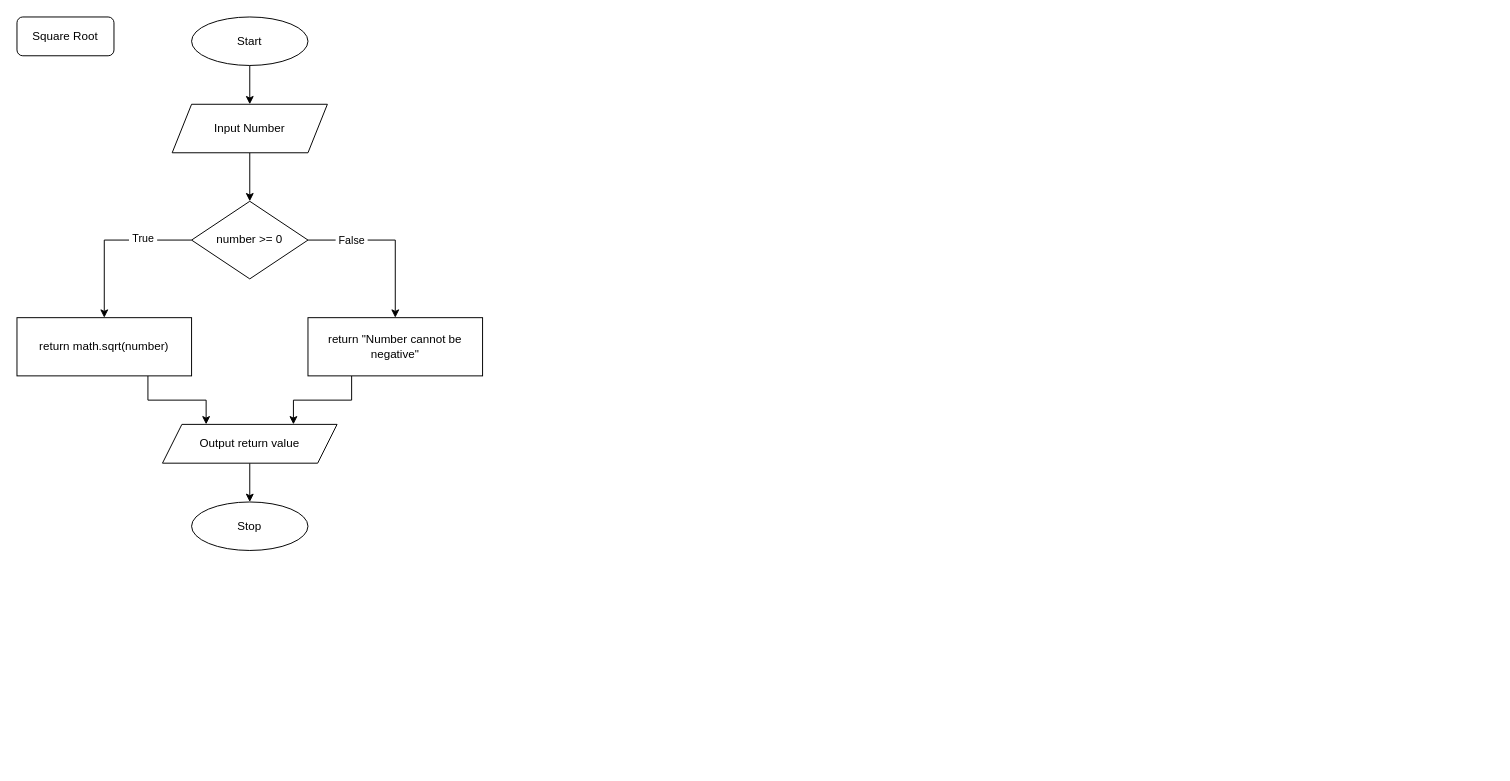
Above: flowcharts.drawio in abobymotaki/uncharted (draw.io), before the change. Source tidied: cells renumbered, new cells numbered last; positions are measured from the earlier drawing's top-left corner, leaving out a move shared by most shapes. Both pictures are drawn from the tidied source at 97%, with x=0, y=0 at pixel (16, 16).
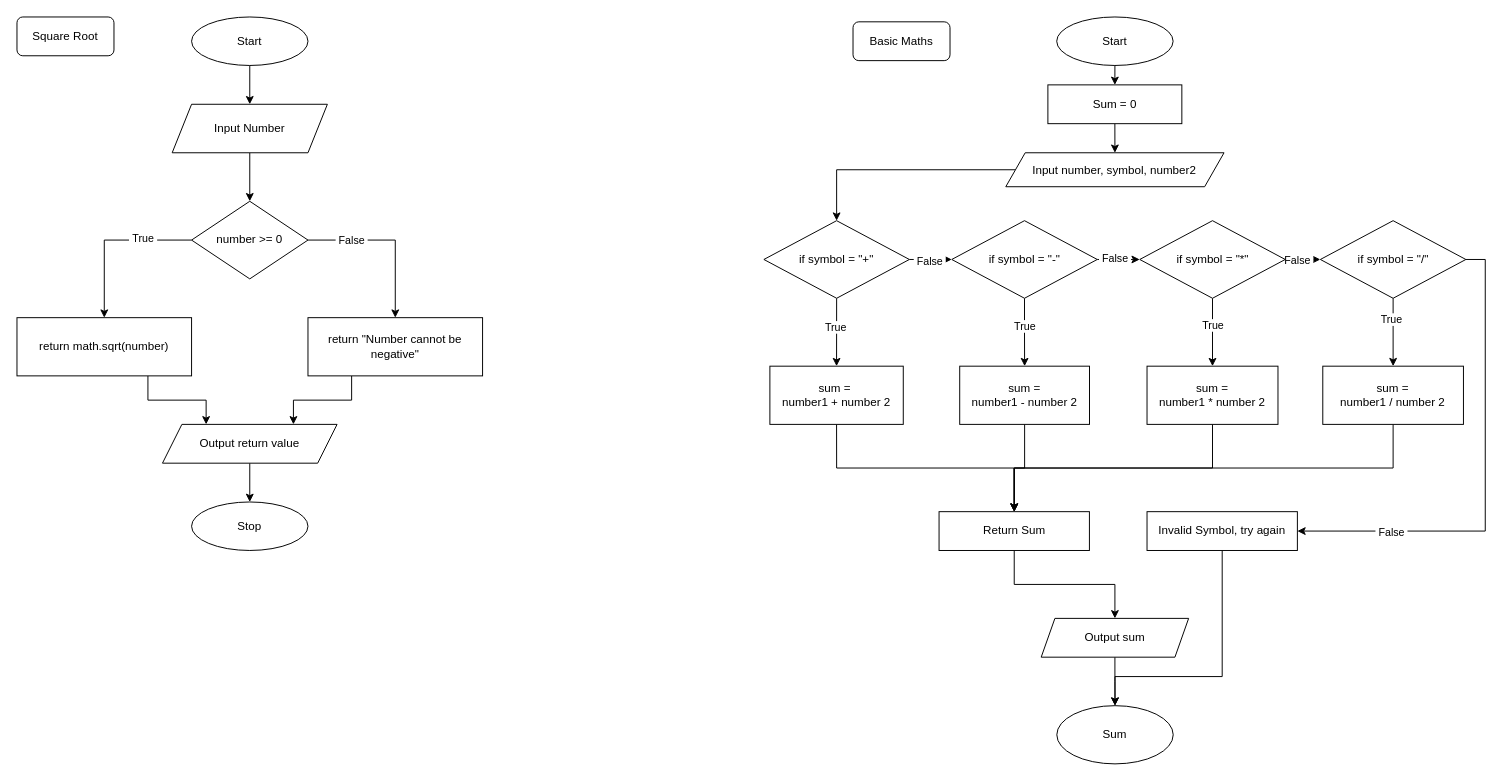
The same diagram, later.

The edit, as a diff of the source:
```diff
@@
+    <mxCell id="19" style="edgeStyle=orthogonalEdgeStyle;rounded=0;jettySize=auto;html=1;exitX=0.5;exitY=1;exitDx=0;exitDy=0;entryX=0.5;entryY=0;entryDx=0;entryDy=0;" parent="1" edge="1" source="20" target="49">
+      <mxGeometry relative="1" as="geometry" />
+    </mxCell>
+    <mxCell id="20" value="Start" style="ellipse;whiteSpace=wrap;html=1;" parent="1" vertex="1">
+      <mxGeometry x="1071.9" width="120" height="50" as="geometry" />
+    </mxCell>
+    <mxCell id="21" value="Basic Maths" style="rounded=1;whiteSpace=wrap;html=1;" parent="1" vertex="1">
+      <mxGeometry x="861.9" y="5" width="100" height="40" as="geometry" />
+    </mxCell>
+    <mxCell id="22" style="edgeStyle=orthogonalEdgeStyle;rounded=0;jettySize=auto;html=1;entryX=0.5;entryY=0;entryDx=0;entryDy=0;" parent="1" edge="1" source="23" target="28">
+      <mxGeometry relative="1" as="geometry" />
+    </mxCell>
+    <mxCell id="23" value="Input number, symbol, number2" style="shape=parallelogram;perimeter=parallelogramPerimeter;whiteSpace=wrap;html=1;fixedSize=1;" parent="1" vertex="1">
+      <mxGeometry x="1019.4" y="140" width="225" height="35" as="geometry" />
+    </mxCell>
+    <mxCell id="24" style="edgeStyle=orthogonalEdgeStyle;rounded=0;jettySize=auto;html=1;entryX=0;entryY=0.5;entryDx=0;entryDy=0;" parent="1" edge="1" source="28" target="33">
+      <mxGeometry relative="1" as="geometry" />
+    </mxCell>
+    <mxCell id="25" value="&amp;nbsp;False&amp;nbsp;" style="edgeLabel;html=1;align=center;verticalAlign=middle;" parent="24" vertex="1">
+      <mxGeometry x="-0.07" y="-1" relative="1" as="geometry" />
+    </mxCell>
+    <mxCell id="26" style="edgeStyle=orthogonalEdgeStyle;rounded=0;jettySize=auto;html=1;exitX=0.5;exitY=1;exitDx=0;exitDy=0;entryX=0.5;entryY=0;entryDx=0;entryDy=0;" parent="1" edge="1" source="28" target="45">
+      <mxGeometry relative="1" as="geometry" />
+    </mxCell>
+    <mxCell id="27" value="True" style="edgeLabel;html=1;align=center;verticalAlign=middle;" parent="26" vertex="1">
+      <mxGeometry x="-0.14" y="-1" relative="1" as="geometry" />
+    </mxCell>
+    <mxCell id="28" value="if symbol = &quot;+&quot;" style="rhombus;whiteSpace=wrap;html=1;" parent="1" vertex="1">
+      <mxGeometry x="770" y="210" width="150" height="80" as="geometry" />
+    </mxCell>
+    <mxCell id="29" style="edgeStyle=orthogonalEdgeStyle;rounded=0;jettySize=auto;html=1;entryX=0;entryY=0.5;entryDx=0;entryDy=0;" parent="1" edge="1" source="33" target="38">
+      <mxGeometry relative="1" as="geometry" />
+    </mxCell>
+    <mxCell id="30" value="&amp;nbsp;False&amp;nbsp;" style="edgeLabel;html=1;align=center;verticalAlign=middle;" parent="29" vertex="1">
+      <mxGeometry x="-0.18" y="2" relative="1" as="geometry" />
+    </mxCell>
+    <mxCell id="31" style="edgeStyle=orthogonalEdgeStyle;rounded=0;jettySize=auto;html=1;exitX=0.5;exitY=1;exitDx=0;exitDy=0;entryX=0.5;entryY=0;entryDx=0;entryDy=0;" parent="1" edge="1" source="33" target="47">
+      <mxGeometry relative="1" as="geometry" />
+    </mxCell>
+    <mxCell id="32" value="True" style="edgeLabel;html=1;align=center;verticalAlign=middle;" parent="31" vertex="1">
+      <mxGeometry x="-0.21" relative="1" as="geometry" />
+    </mxCell>
+    <mxCell id="33" value="if symbol = &quot;-&quot;" style="rhombus;whiteSpace=wrap;html=1;" parent="1" vertex="1">
+      <mxGeometry x="963.7" y="210" width="150" height="80" as="geometry" />
+    </mxCell>
+    <mxCell id="34" style="edgeStyle=orthogonalEdgeStyle;rounded=0;jettySize=auto;html=1;entryX=0;entryY=0.5;entryDx=0;entryDy=0;" parent="1" edge="1" source="38" target="43">
+      <mxGeometry relative="1" as="geometry" />
+    </mxCell>
+    <mxCell id="35" value="&amp;nbsp;False&amp;nbsp;" style="edgeLabel;html=1;align=center;verticalAlign=middle;" parent="34" vertex="1">
+      <mxGeometry x="-0.45" relative="1" as="geometry" />
+    </mxCell>
+    <mxCell id="36" style="edgeStyle=orthogonalEdgeStyle;rounded=0;jettySize=auto;html=1;exitX=0.5;exitY=1;exitDx=0;exitDy=0;entryX=0.5;entryY=0;entryDx=0;entryDy=0;" parent="1" edge="1" source="38" target="51">
+      <mxGeometry relative="1" as="geometry" />
+    </mxCell>
+    <mxCell id="37" value="True" style="edgeLabel;html=1;align=center;verticalAlign=middle;" parent="36" vertex="1">
+      <mxGeometry x="-0.24" relative="1" as="geometry" />
+    </mxCell>
+    <mxCell id="38" value="if symbol = &quot;*&quot;" style="rhombus;whiteSpace=wrap;html=1;" parent="1" vertex="1">
+      <mxGeometry x="1157.5" y="210" width="150" height="80" as="geometry" />
+    </mxCell>
+    <mxCell id="39" style="edgeStyle=orthogonalEdgeStyle;rounded=0;jettySize=auto;html=1;exitX=0.5;exitY=1;exitDx=0;exitDy=0;entryX=0.5;entryY=0;entryDx=0;entryDy=0;" parent="1" edge="1" source="43" target="53">
+      <mxGeometry relative="1" as="geometry" />
+    </mxCell>
+    <mxCell id="40" value="True" style="edgeLabel;html=1;align=center;verticalAlign=middle;" parent="39" vertex="1">
+      <mxGeometry x="-0.39" y="-2" relative="1" as="geometry" />
+    </mxCell>
+    <mxCell id="41" style="edgeStyle=orthogonalEdgeStyle;rounded=0;jettySize=auto;html=1;exitX=1;exitY=0.5;exitDx=0;exitDy=0;entryX=1;entryY=0.5;entryDx=0;entryDy=0;" parent="1" edge="1" source="43" target="55">
+      <mxGeometry relative="1" as="geometry" />
+    </mxCell>
+    <mxCell id="42" value="&amp;nbsp;False&amp;nbsp;" style="edgeLabel;html=1;align=center;verticalAlign=middle;" parent="41" vertex="1">
+      <mxGeometry x="0.61" y="1" relative="1" as="geometry" />
+    </mxCell>
+    <mxCell id="43" value="if symbol = &quot;/&quot;" style="rhombus;whiteSpace=wrap;html=1;" parent="1" vertex="1">
+      <mxGeometry x="1343.7" y="210" width="150" height="80" as="geometry" />
+    </mxCell>
+    <mxCell id="44" style="edgeStyle=orthogonalEdgeStyle;rounded=0;jettySize=auto;html=1;exitX=0.5;exitY=1;exitDx=0;exitDy=0;entryX=0.5;entryY=0;entryDx=0;entryDy=0;" parent="1" edge="1" source="45" target="57">
+      <mxGeometry relative="1" as="geometry" />
+    </mxCell>
+    <mxCell id="45" value="sum =&amp;nbsp;&lt;div&gt;number1 + number 2&lt;/div&gt;" style="rounded=0;whiteSpace=wrap;html=1;" parent="1" vertex="1">
+      <mxGeometry x="776.2" y="360" width="137.5" height="60" as="geometry" />
+    </mxCell>
+    <mxCell id="46" style="edgeStyle=orthogonalEdgeStyle;rounded=0;jettySize=auto;html=1;exitX=0.5;exitY=1;exitDx=0;exitDy=0;entryX=0.5;entryY=0;entryDx=0;entryDy=0;" parent="1" edge="1" source="47" target="57">
+      <mxGeometry relative="1" as="geometry" />
+    </mxCell>
+    <mxCell id="47" value="sum =&lt;div&gt;number1 - number 2&lt;/div&gt;" style="rounded=0;whiteSpace=wrap;html=1;" parent="1" vertex="1">
+      <mxGeometry x="971.9" y="360" width="133.8" height="60" as="geometry" />
+    </mxCell>
+    <mxCell id="48" style="edgeStyle=orthogonalEdgeStyle;rounded=0;jettySize=auto;html=1;exitX=0.5;exitY=1;exitDx=0;exitDy=0;entryX=0.5;entryY=0;entryDx=0;entryDy=0;" parent="1" edge="1" source="49" target="23">
+      <mxGeometry relative="1" as="geometry" />
+    </mxCell>
+    <mxCell id="49" value="Sum = 0" style="rounded=0;whiteSpace=wrap;html=1;" parent="1" vertex="1">
+      <mxGeometry x="1062.8" y="70" width="138.1" height="40" as="geometry" />
+    </mxCell>
+    <mxCell id="50" style="edgeStyle=orthogonalEdgeStyle;rounded=0;jettySize=auto;html=1;exitX=0.5;exitY=1;exitDx=0;exitDy=0;entryX=0.5;entryY=0;entryDx=0;entryDy=0;" parent="1" edge="1" source="51" target="57">
+      <mxGeometry relative="1" as="geometry" />
+    </mxCell>
+    <mxCell id="51" value="sum =&lt;div&gt;number1 * number 2&lt;/div&gt;" style="rounded=0;whiteSpace=wrap;html=1;" parent="1" vertex="1">
+      <mxGeometry x="1165" y="360" width="135" height="60" as="geometry" />
+    </mxCell>
+    <mxCell id="52" style="edgeStyle=orthogonalEdgeStyle;rounded=0;jettySize=auto;html=1;exitX=0.5;exitY=1;exitDx=0;exitDy=0;entryX=0.5;entryY=0;entryDx=0;entryDy=0;" parent="1" edge="1" source="53" target="57">
+      <mxGeometry relative="1" as="geometry" />
+    </mxCell>
+    <mxCell id="53" value="sum =&lt;div&gt;number1 / number 2&lt;/div&gt;" style="rounded=0;whiteSpace=wrap;html=1;" parent="1" vertex="1">
+      <mxGeometry x="1346.2" y="360" width="145" height="60" as="geometry" />
+    </mxCell>
+    <mxCell id="54" style="edgeStyle=orthogonalEdgeStyle;rounded=0;jettySize=auto;html=1;exitX=0.5;exitY=1;exitDx=0;exitDy=0;entryX=0.5;entryY=0;entryDx=0;entryDy=0;" parent="1" edge="1" source="55" target="60">
+      <mxGeometry relative="1" as="geometry">
+        <Array as="points">
+          <mxPoint x="1243" y="680" />
+          <mxPoint x="1132" y="680" />
+        </Array>
+      </mxGeometry>
+    </mxCell>
+    <mxCell id="55" value="Invalid Symbol, try again" style="rounded=0;whiteSpace=wrap;html=1;" parent="1" vertex="1">
+      <mxGeometry x="1165" y="510" width="155" height="40" as="geometry" />
+    </mxCell>
+    <mxCell id="56" style="edgeStyle=orthogonalEdgeStyle;rounded=0;jettySize=auto;html=1;exitX=0.5;exitY=1;exitDx=0;exitDy=0;entryX=0.5;entryY=0;entryDx=0;entryDy=0;" parent="1" edge="1" source="57" target="59">
+      <mxGeometry relative="1" as="geometry" />
+    </mxCell>
+    <mxCell id="57" value="Return Sum" style="rounded=0;whiteSpace=wrap;html=1;" parent="1" vertex="1">
+      <mxGeometry x="950.6" y="510" width="155" height="40" as="geometry" />
+    </mxCell>
+    <mxCell id="58" style="edgeStyle=orthogonalEdgeStyle;rounded=0;jettySize=auto;html=1;exitX=0.5;exitY=1;exitDx=0;exitDy=0;entryX=0.5;entryY=0;entryDx=0;entryDy=0;" parent="1" edge="1" source="59" target="60">
+      <mxGeometry relative="1" as="geometry" />
+    </mxCell>
+    <mxCell id="59" value="Output sum" style="shape=parallelogram;perimeter=parallelogramPerimeter;whiteSpace=wrap;html=1;fixedSize=1;size=14.13000000000011;" parent="1" vertex="1">
+      <mxGeometry x="1055.9" y="620" width="152" height="40" as="geometry" />
+    </mxCell>
+    <mxCell id="60" value="Sum" style="ellipse;whiteSpace=wrap;html=1;" parent="1" vertex="1">
+      <mxGeometry x="1072" y="710" width="120" height="60" as="geometry" />
+    </mxCell>
```
